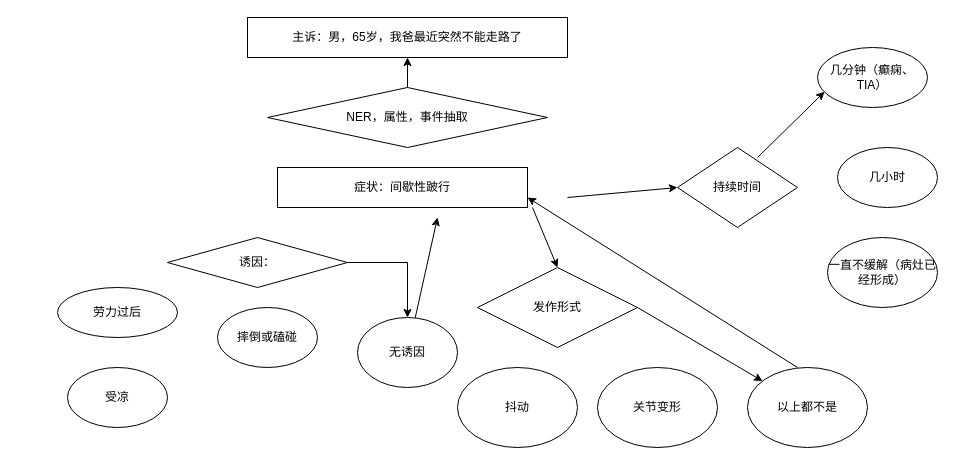
The draw.io diagram Untitled Diagram.drawio in tlc85/lc-repository, before the edit. Source tidied: cells renumbered, new cells numbered last; positions are measured from the earlier drawing's top-left corner, leaving out a move shared by most shapes. Both pictures are drawn from the tidied source at 100%, with x=0, y=0 at pixel (57, 17).
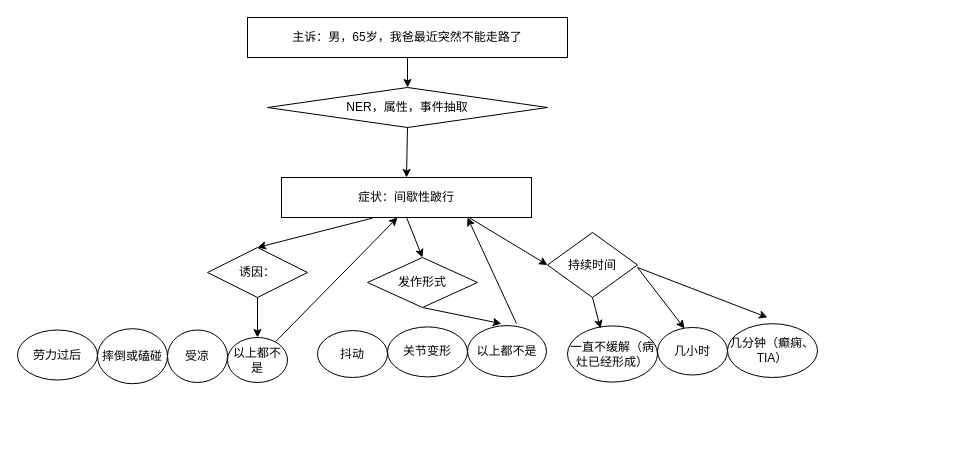
Above is the later version.

Unchanged cells that the change refers to:
```xml
<mxCell id="3" value="主诉：男，65岁，我爸最近突然不能走路了" style="rounded=0;whiteSpace=wrap;html=1;" parent="1" vertex="1">
  <mxGeometry x="190" width="320" height="40" as="geometry" />
</mxCell>
```

Diff of the diagram source:
```diff
@@
     <mxCell id="2" value="症状：间歇性跛行" style="rounded=0;whiteSpace=wrap;html=1;" parent="1" vertex="1">
-      <mxGeometry x="220" y="150" width="250" height="40" as="geometry" />
+      <mxGeometry x="224" y="160" width="250" height="40" as="geometry" />
     </mxCell>
@@
-    <mxCell id="4" style="edgeStyle=orthogonalEdgeStyle;rounded=0;jettySize=auto;html=1;" parent="1" edge="1" source="5" target="3">
-      <mxGeometry relative="1" as="geometry" />
-    </mxCell>
     <mxCell id="5" value="NER，属性，事件抽取" style="rhombus;whiteSpace=wrap;html=1;" parent="1" vertex="1">
-      <mxGeometry x="210" y="70" width="280" height="60" as="geometry" />
+      <mxGeometry x="210" y="70" width="280" height="40" as="geometry" />
     </mxCell>
-    <mxCell id="6" style="edgeStyle=orthogonalEdgeStyle;rounded=0;jettySize=auto;html=1;exitX=1;exitY=0.5;exitDx=0;exitDy=0;entryX=0.5;entryY=0;entryDx=0;entryDy=0;" parent="1" edge="1" source="7" target="11">
-      <mxGeometry relative="1" as="geometry" />
-    </mxCell>
     <mxCell id="7" value="诱因：" style="rhombus;whiteSpace=wrap;html=1;" parent="1" vertex="1">
-      <mxGeometry x="110" y="220" width="180" height="50" as="geometry" />
+      <mxGeometry x="150" y="230" width="100" height="50" as="geometry" />
     </mxCell>
     <mxCell id="8" value="劳力过后" style="ellipse;whiteSpace=wrap;html=1;" parent="1" vertex="1">
-      <mxGeometry y="270" width="120" height="50" as="geometry" />
+      <mxGeometry x="-40" y="312.5" width="80" height="50" as="geometry" />
     </mxCell>
     <mxCell id="9" value="受凉" style="ellipse;whiteSpace=wrap;html=1;" parent="1" vertex="1">
-      <mxGeometry x="10" y="350" width="100" height="60" as="geometry" />
+      <mxGeometry x="110" y="312.5" width="60" height="52.5" as="geometry" />
     </mxCell>
     <mxCell id="10" value="摔倒或磕碰" style="ellipse;whiteSpace=wrap;html=1;" parent="1" vertex="1">
-      <mxGeometry x="160" y="290" width="100" height="60" as="geometry" />
+      <mxGeometry x="40" y="311.2" width="70" height="55" as="geometry" />
     </mxCell>
-    <mxCell id="11" value="无诱因" style="ellipse;whiteSpace=wrap;html=1;" parent="1" vertex="1">
-      <mxGeometry x="300" y="300" width="100" height="70" as="geometry" />
+    <mxCell id="11" value="以上都不是" style="ellipse;whiteSpace=wrap;html=1;" parent="1" vertex="1">
+      <mxGeometry x="170" y="320" width="60" height="45" as="geometry" />
     </mxCell>
-    <mxCell id="12" style="endArrow=classic;html=1;rounded=0;entryX=0.5;entryY=0;entryDx=0;entryDy=0;" parent="1" edge="1" target="16">
-      <mxGeometry relative="1" as="geometry">
-        <mxPoint x="475" y="190" as="sourcePoint" />
-      </mxGeometry>
+    <mxCell id="12" style="endArrow=classic;html=1;rounded=0;entryX=0.5;entryY=0;entryDx=0;entryDy=0;exitX=0.5;exitY=1;exitDx=0;exitDy=0;" parent="1" edge="1" source="2" target="16">
+      <mxGeometry relative="1" as="geometry" />
     </mxCell>
-    <mxCell id="13" style="endArrow=classic;html=1;rounded=0;" parent="1" edge="1" target="19">
-      <mxGeometry relative="1" as="geometry">
-        <mxPoint x="580" y="290" as="sourcePoint" />
-      </mxGeometry>
+    <mxCell id="13" style="endArrow=classic;html=1;rounded=0;exitX=0.5;exitY=1;exitDx=0;exitDy=0;entryX=0.428;entryY=-0.038;entryDx=0;entryDy=0;entryPerimeter=0;" parent="1" edge="1" source="16" target="19">
+      <mxGeometry relative="1" as="geometry" />
     </mxCell>
-    <mxCell id="14" style="endArrow=classic;html=1;rounded=0;entryX=1;entryY=0.75;entryDx=0;entryDy=0;" parent="1" edge="1" target="2">
-      <mxGeometry relative="1" as="geometry">
-        <mxPoint x="740" y="350" as="sourcePoint" />
-      </mxGeometry>
-    </mxCell>
-    <mxCell id="15" style="endArrow=classic;html=1;rounded=0;" parent="1" edge="1" source="11">
-      <mxGeometry relative="1" as="geometry">
-        <mxPoint x="380" y="200" as="targetPoint" />
-      </mxGeometry>
+    <mxCell id="15" style="endArrow=classic;html=1;rounded=0;entryX=0.464;entryY=1;entryDx=0;entryDy=0;entryPerimeter=0;" parent="1" edge="1" source="11" target="2">
+      <mxGeometry relative="1" as="geometry" />
     </mxCell>
     <mxCell id="16" value="发作形式" style="rhombus;whiteSpace=wrap;html=1;" parent="1" vertex="1">
-      <mxGeometry x="420" y="250" width="160" height="80" as="geometry" />
+      <mxGeometry x="310" y="240" width="110" height="50" as="geometry" />
     </mxCell>
     <mxCell id="17" value="抖动" style="ellipse;whiteSpace=wrap;html=1;" parent="1" vertex="1">
-      <mxGeometry x="400" y="350" width="120" height="80" as="geometry" />
+      <mxGeometry x="260" y="313.1" width="70" height="46.9" as="geometry" />
     </mxCell>
     <mxCell id="18" value="关节变形" style="ellipse;whiteSpace=wrap;html=1;" parent="1" vertex="1">
-      <mxGeometry x="540" y="350" width="120" height="80" as="geometry" />
+      <mxGeometry x="330" y="309.4" width="80" height="50" as="geometry" />
     </mxCell>
     <mxCell id="19" value="以上都不是" style="ellipse;whiteSpace=wrap;html=1;" parent="1" vertex="1">
-      <mxGeometry x="690" y="350" width="120" height="80" as="geometry" />
+      <mxGeometry x="410" y="308.1" width="79" height="51.2" as="geometry" />
     </mxCell>
     <mxCell id="20" value="持续时间" style="rhombus;whiteSpace=wrap;html=1;" parent="1" vertex="1">
-      <mxGeometry x="620" y="130" width="120" height="80" as="geometry" />
+      <mxGeometry x="490" y="215" width="90" height="65" as="geometry" />
     </mxCell>
     <mxCell id="21" value="几分钟（癫痫、TIA）" style="ellipse;whiteSpace=wrap;html=1;" parent="1" vertex="1">
-      <mxGeometry x="760" y="30" width="110" height="60" as="geometry" />
+      <mxGeometry x="670" y="306.2" width="90" height="53.8" as="geometry" />
     </mxCell>
     <mxCell id="22" value="几小时" style="ellipse;whiteSpace=wrap;html=1;" parent="1" vertex="1">
-      <mxGeometry x="780" y="130" width="100" height="60" as="geometry" />
+      <mxGeometry x="600" y="310" width="70" height="47.5" as="geometry" />
     </mxCell>
     <mxCell id="23" value="一直不缓解（病灶已经形成）" style="ellipse;whiteSpace=wrap;html=1;" parent="1" vertex="1">
-      <mxGeometry x="770" y="220" width="110" height="70" as="geometry" />
+      <mxGeometry x="510" y="308.4" width="90" height="56.2" as="geometry" />
     </mxCell>
-    <mxCell id="24" style="endArrow=classic;html=1;rounded=0;entryX=0;entryY=0.5;entryDx=0;entryDy=0;" parent="1" edge="1" target="20">
-      <mxGeometry relative="1" as="geometry">
-        <mxPoint x="510" y="180" as="sourcePoint" />
-      </mxGeometry>
+    <mxCell id="24" style="endArrow=classic;html=1;rounded=0;entryX=0;entryY=0.5;entryDx=0;entryDy=0;exitX=0.75;exitY=1;exitDx=0;exitDy=0;" parent="1" edge="1" source="2" target="20">
+      <mxGeometry relative="1" as="geometry" />
     </mxCell>
-    <mxCell id="25" style="endArrow=classic;html=1;rounded=0;entryX=0.064;entryY=0.737;entryDx=0;entryDy=0;entryPerimeter=0;" parent="1" edge="1" target="21">
-      <mxGeometry relative="1" as="geometry">
-        <mxPoint x="700" y="140" as="sourcePoint" />
-      </mxGeometry>
-    </mxCell>
+    <mxCell id="26" style="endArrow=classic;html=1;rounded=0;entryX=0.386;entryY=0.021;entryDx=0;entryDy=0;entryPerimeter=0;" parent="1" edge="1" target="22">
+      <mxGeometry relative="1" as="geometry">
+        <mxPoint x="580" y="250" as="sourcePoint" />
+      </mxGeometry>
+    </mxCell>
+    <mxCell id="27" style="endArrow=classic;html=1;rounded=0;exitX=0.5;exitY=1;exitDx=0;exitDy=0;" parent="1" edge="1" source="3" target="5">
+      <mxGeometry relative="1" as="geometry" />
+    </mxCell>
+    <mxCell id="28" style="endArrow=classic;html=1;rounded=0;entryX=0.367;entryY=0.046;entryDx=0;entryDy=0;entryPerimeter=0;exitX=0.5;exitY=1;exitDx=0;exitDy=0;" parent="1" edge="1" source="20" target="23">
+      <mxGeometry relative="1" as="geometry" />
+    </mxCell>
+    <mxCell id="29" style="endArrow=classic;html=1;rounded=0;exitX=0.5;exitY=1;exitDx=0;exitDy=0;entryX=0.5;entryY=0;entryDx=0;entryDy=0;" parent="1" edge="1" source="5" target="2">
+      <mxGeometry relative="1" as="geometry" />
+    </mxCell>
+    <mxCell id="30" style="endArrow=classic;html=1;rounded=0;exitX=0.364;exitY=1.015;exitDx=0;exitDy=0;exitPerimeter=0;entryX=0.5;entryY=0;entryDx=0;entryDy=0;" parent="1" edge="1" source="2" target="7">
+      <mxGeometry relative="1" as="geometry" />
+    </mxCell>
+    <mxCell id="6" style="endArrow=classic;html=1;rounded=0;entryX=0.5;entryY=0;entryDx=0;entryDy=0;exitX=0.5;exitY=1;exitDx=0;exitDy=0;" parent="1" edge="1" source="7" target="11">
+      <mxGeometry relative="1" as="geometry" />
+    </mxCell>
+    <mxCell id="31" style="endArrow=classic;html=1;rounded=0;" parent="1" edge="1">
+      <mxGeometry relative="1" as="geometry">
+        <mxPoint x="580" y="250" as="sourcePoint" />
+        <mxPoint x="710" y="300" as="targetPoint" />
+      </mxGeometry>
+    </mxCell>
+    <mxCell id="32" style="endArrow=classic;html=1;rounded=0;exitX=0.62;exitY=-0.038;exitDx=0;exitDy=0;exitPerimeter=0;" parent="1" edge="1" source="19">
+      <mxGeometry relative="1" as="geometry">
+        <mxPoint x="410" y="200" as="targetPoint" />
+      </mxGeometry>
+    </mxCell>
```
